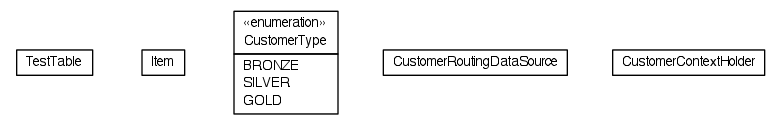
Above: dddlib-datasource-router/testapidocs/org/dayatang/dsrouter/datasource/examples/org.dayatang.dsrouter.datasource.examples.png in dayatang/dddlib (Graphviz), before the change. Its source is kept beside it as dddlib-datasource-router/testapidocs/org/dayatang/dsrouter/datasource/examples/org.dayatang.dsrouter.datasource.examples.dot.
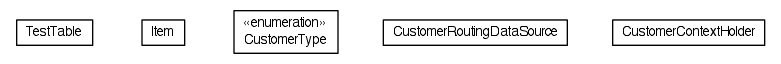
Above is the later version.

Change to the diagram source:
```diff
@@ -19,11 +19,6 @@
 <tr><td align="center" balign="center"> &#171;enumeration&#187; </td></tr>
 <tr><td align="center" balign="center"> CustomerType </td></tr>
 		</table></td></tr>
-		<tr><td><table border="0" cellspacing="0" cellpadding="1">
-<tr><td align="left" balign="left"> BRONZE </td></tr>
-<tr><td align="left" balign="left"> SILVER </td></tr>
-<tr><td align="left" balign="left"> GOLD </td></tr>
-		</table></td></tr>
 		</table>>, URL="./CustomerType.html", fontname="Helvetica", fontcolor="black", fontsize=10.0];
 	c17 [label=<<table title="org.dayatang.dsrouter.datasource.examples.CustomerRoutingDataSource" border="0" cellborder="1" cellspacing="0" cellpadding="2" port="p" href="./CustomerRoutingDataSource.html">
 		<tr><td><table border="0" cellspacing="0" cellpadding="1">
```
